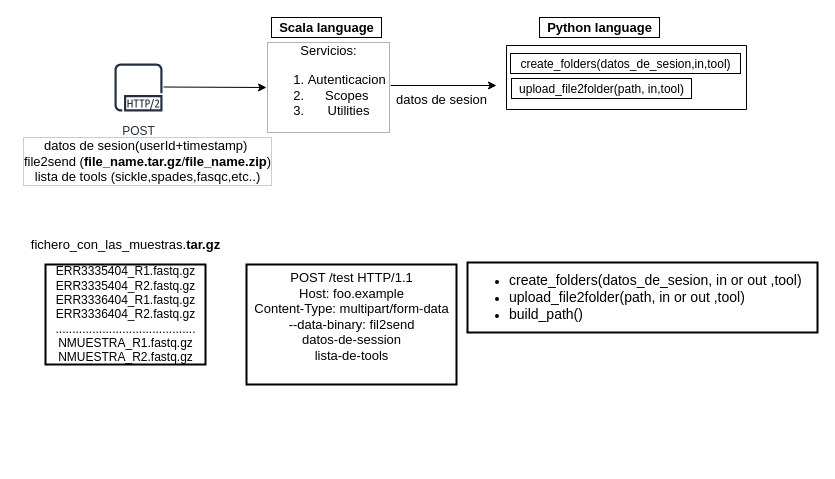
ldipotetjob/genx keeps this draw.io diagram as page "Page-3" (3 of 3) of GenXcloudImpl.drawio. Above is the earlier version. Source tidied: cells renumbered, new cells numbered last; positions are measured from the earlier drawing's top-left corner, leaving out a move shared by most shapes. Both pictures are drawn from the tidied source at 100%, with x=0, y=0 at pixel (17, 17).
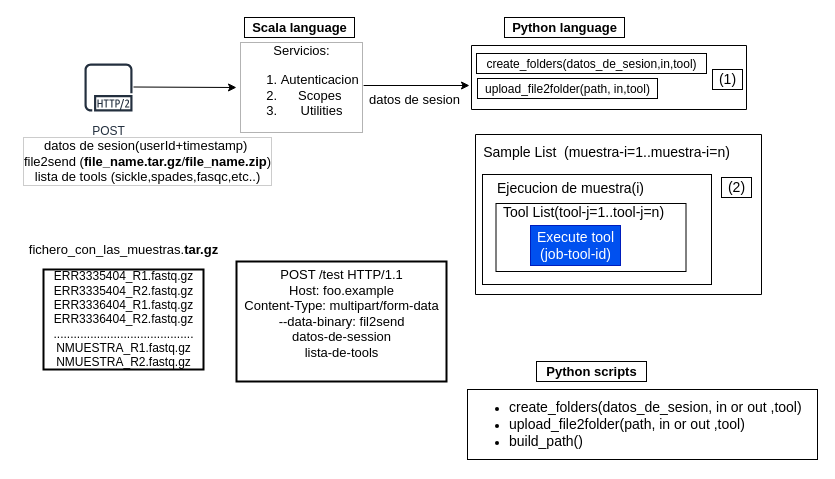
After the change.

Commit message:
updating scripts diagrams

The edit, as a diff of the source:
```diff
@@
+    <mxCell id="17" style="verticalLabelPosition=bottom;verticalAlign=top;html=1;shape=mxgraph.basic.rect;fillColor2=none;strokeWidth=1;size=20;indent=5;fontSize=14;fillColor=none;" parent="1" vertex="1">
+      <mxGeometry x="458" y="117" width="286" height="160" as="geometry" />
+    </mxCell>
+    <mxCell id="18" style="rounded=0;whiteSpace=wrap;html=1;fontSize=14;strokeColor=default;strokeWidth=1;fillColor=none;align=left;" parent="1" vertex="1">
+      <mxGeometry x="465" y="157" width="229" height="110" as="geometry" />
+    </mxCell>
+    <mxCell id="19" value="Ejecucion de muestra(i)" style="text;html=1;align=center;verticalAlign=middle;strokeColor=none;fillColor=none;fontSize=14;" parent="1" vertex="1">
+      <mxGeometry x="473" y="161" width="160" height="20" as="geometry" />
+    </mxCell>
     <mxCell id="2" style="verticalLabelPosition=bottom;verticalAlign=top;html=1;shape=mxgraph.basic.rect;fillColor2=none;strokeWidth=1;size=20;indent=5;fontSize=13;" parent="1" vertex="1">
-      <mxGeometry x="489" y="28" width="240" height="64" as="geometry" />
+      <mxGeometry x="454" y="28" width="275" height="64" as="geometry" />
     </mxCell>
     <mxCell id="3" value="POST" style="fontColor=#232F3E;gradientColor=none;strokeColor=#232F3E;fillColor=#ffffff;dashed=0;verticalLabelPosition=bottom;verticalAlign=top;align=center;html=1;fontSize=12;fontStyle=0;shape=mxgraph.aws4.resourceIcon;resIcon=mxgraph.aws4.http2_protocol;" parent="1" vertex="1">
-      <mxGeometry x="91" y="40" width="60" height="60" as="geometry" />
+      <mxGeometry x="61" y="40" width="60" height="60" as="geometry" />
     </mxCell>
@@
     <mxCell id="5" style="endArrow=classic;html=1;rounded=0;fontSize=13;" parent="1" edge="1">
       <mxGeometry relative="1" as="geometry">
-        <mxPoint x="146" y="69.5" as="sourcePoint" />
-        <mxPoint x="249" y="70" as="targetPoint" />
+        <mxPoint x="116" y="69.5" as="sourcePoint" />
+        <mxPoint x="219" y="70" as="targetPoint" />
       </mxGeometry>
     </mxCell>
     <mxCell id="6" value="Servicios:&lt;br&gt;&lt;ol&gt;&lt;li&gt;Autenticacion&amp;nbsp;&lt;/li&gt;&lt;li&gt;Scopes&amp;nbsp;&lt;/li&gt;&lt;li&gt;Utilities&lt;/li&gt;&lt;/ol&gt;" style="text;html=1;align=center;verticalAlign=middle;strokeColor=none;fillColor=none;fontSize=13;labelBorderColor=#B3B3B3;" parent="1" vertex="1">
-      <mxGeometry x="241" y="20" width="140" height="100" as="geometry" />
+      <mxGeometry x="214" y="20" width="140" height="100" as="geometry" />
     </mxCell>
     <mxCell id="7" style="endArrow=classic;html=1;rounded=0;fontSize=13;exitX=0.979;exitY=0.48;exitDx=0;exitDy=0;exitPerimeter=0;" parent="1" edge="1">
       <mxGeometry relative="1" as="geometry">
-        <mxPoint x="373.1" y="68" as="sourcePoint" />
-        <mxPoint x="479" y="68" as="targetPoint" />
+        <mxPoint x="346.1" y="68" as="sourcePoint" />
+        <mxPoint x="452" y="68" as="targetPoint" />
       </mxGeometry>
     </mxCell>
     <mxCell id="8" value="&lt;div&gt;ERR3335404_R1.fastq.gz&lt;/div&gt;&lt;div&gt;ERR3335404_R2.fastq.gz&lt;/div&gt;&lt;div&gt;&lt;div&gt;ERR3336404_R1.fastq.gz&lt;/div&gt;&lt;div&gt;ERR3336404_R2.fastq.gz&lt;/div&gt;&lt;/div&gt;&lt;div&gt;..........................................&lt;/div&gt;&lt;div&gt;&lt;div&gt;NMUESTRA_R1.fastq.gz&lt;/div&gt;&lt;div&gt;&lt;span&gt;NMUESTRA&lt;/span&gt;_R2.fastq.gz&lt;/div&gt;&lt;/div&gt;" style="text;html=1;align=center;verticalAlign=middle;strokeColor=default;fillColor=none;strokeWidth=2;" parent="1" vertex="1">
-      <mxGeometry x="28" y="247" width="160" height="100" as="geometry" />
+      <mxGeometry x="26" y="252" width="160" height="100" as="geometry" />
     </mxCell>
     <mxCell id="9" value="&lt;font style=&quot;font-size: 13px&quot;&gt;fichero_con_las_muestras.&lt;b&gt;tar.gz&lt;/b&gt;&lt;/font&gt;" style="text;html=1;align=center;verticalAlign=middle;strokeColor=none;fillColor=none;" parent="1" vertex="1">
-      <mxGeometry x="8" y="217" width="200" height="20" as="geometry" />
+      <mxGeometry x="6" y="222" width="200" height="20" as="geometry" />
     </mxCell>
     <mxCell id="10" value="&lt;div&gt;POST /test HTTP/1.1&lt;/div&gt;&lt;div&gt;Host: foo.example&lt;/div&gt;&lt;div&gt;Content-Type: multipart/form-data&lt;/div&gt;&lt;div&gt;--data-binary: fil2send&lt;/div&gt;&lt;div&gt;datos-de-session&lt;/div&gt;&lt;div&gt;lista-de-tools&lt;/div&gt;&lt;div&gt;&lt;br&gt;&lt;/div&gt;" style="text;html=1;align=center;verticalAlign=middle;strokeColor=default;fillColor=none;fontSize=13;strokeWidth=2;" parent="1" vertex="1">
-      <mxGeometry x="229" y="247" width="210" height="120" as="geometry" />
+      <mxGeometry x="219" y="244" width="210" height="120" as="geometry" />
     </mxCell>
     <mxCell id="11" value="&lt;b&gt;Scala language&lt;/b&gt;" style="text;html=1;align=center;verticalAlign=middle;strokeColor=default;fillColor=none;fontSize=13;" parent="1" vertex="1">
-      <mxGeometry x="254" width="110" height="20" as="geometry" />
+      <mxGeometry x="227" width="110" height="20" as="geometry" />
     </mxCell>
     <mxCell id="12" value="&lt;font style=&quot;font-size: 12px&quot;&gt;create_folders(datos_de_sesion,in,tool)&lt;/font&gt;" style="text;html=1;align=center;verticalAlign=middle;strokeColor=default;fillColor=none;fontSize=13;" parent="1" vertex="1">
-      <mxGeometry x="493" y="36" width="230" height="20" as="geometry" />
+      <mxGeometry x="459" y="36" width="230" height="20" as="geometry" />
     </mxCell>
     <mxCell id="13" value="datos de sesion" style="text;html=1;align=center;verticalAlign=middle;strokeColor=none;fillColor=none;fontSize=13;" parent="1" vertex="1">
-      <mxGeometry x="369" y="72" width="110" height="20" as="geometry" />
+      <mxGeometry x="342" y="72" width="110" height="20" as="geometry" />
     </mxCell>
     <mxCell id="14" value="&lt;font style=&quot;font-size: 12px&quot;&gt;upload_file2folder(path, in,tool)&lt;/font&gt;" style="text;html=1;align=center;verticalAlign=middle;strokeColor=default;fillColor=none;fontSize=13;" parent="1" vertex="1">
-      <mxGeometry x="494" y="61" width="180" height="20" as="geometry" />
+      <mxGeometry x="460" y="61" width="180" height="20" as="geometry" />
     </mxCell>
     <mxCell id="15" value="&lt;b&gt;Python language&lt;/b&gt;" style="text;html=1;align=center;verticalAlign=middle;strokeColor=default;fillColor=none;fontSize=13;" parent="1" vertex="1">
-      <mxGeometry x="522" width="120" height="20" as="geometry" />
+      <mxGeometry x="487" width="120" height="20" as="geometry" />
     </mxCell>
-    <mxCell id="16" value="&lt;ul&gt;&lt;li&gt;&lt;font style=&quot;font-size: 14px&quot;&gt;create_folders(datos_de_sesion, in or out ,tool)&lt;/font&gt;&lt;/li&gt;&lt;li&gt;&lt;font style=&quot;font-size: 14px&quot;&gt;upload_file2folder(path, in or out ,tool)&lt;/font&gt;&lt;/li&gt;&lt;li&gt;&lt;font style=&quot;font-size: 14px&quot;&gt;build_path()&lt;/font&gt;&lt;/li&gt;&lt;/ul&gt;" style="text;html=1;align=left;verticalAlign=middle;strokeColor=default;fillColor=none;fontSize=12;strokeWidth=2;" parent="1" vertex="1">
-      <mxGeometry x="450" y="245" width="350" height="70" as="geometry" />
+    <mxCell id="16" value="&lt;ul&gt;&lt;li&gt;&lt;font style=&quot;font-size: 14px&quot;&gt;create_folders(datos_de_sesion, in or out ,tool)&lt;/font&gt;&lt;/li&gt;&lt;li&gt;&lt;font style=&quot;font-size: 14px&quot;&gt;upload_file2folder(path, in or out ,tool)&lt;/font&gt;&lt;/li&gt;&lt;li&gt;&lt;font style=&quot;font-size: 14px&quot;&gt;build_path()&lt;/font&gt;&lt;/li&gt;&lt;/ul&gt;" style="text;html=1;align=left;verticalAlign=middle;strokeColor=default;fillColor=none;fontSize=12;" parent="1" vertex="1">
+      <mxGeometry x="450" y="372" width="350" height="70" as="geometry" />
     </mxCell>
+    <mxCell id="20" value="(1)" style="text;html=1;align=center;verticalAlign=middle;strokeColor=default;fillColor=none;fontSize=14;" parent="1" vertex="1">
+      <mxGeometry x="695" y="52" width="30" height="20" as="geometry" />
+    </mxCell>
+    <mxCell id="21" value="Sample List&amp;nbsp; (muestra-i=1..muestra-i=n)" style="text;html=1;align=center;verticalAlign=middle;strokeColor=none;fillColor=none;fontSize=14;" parent="1" vertex="1">
+      <mxGeometry x="459" y="125" width="260" height="20" as="geometry" />
+    </mxCell>
+    <mxCell id="22" style="rounded=0;whiteSpace=wrap;html=1;fontSize=14;strokeColor=default;strokeWidth=1;fillColor=none;align=left;" parent="1" vertex="1">
+      <mxGeometry x="478.5" y="186" width="190" height="68" as="geometry" />
+    </mxCell>
+    <mxCell id="23" value="Tool List(tool-j=1..tool-j=n)" style="text;html=1;align=center;verticalAlign=middle;strokeColor=none;fillColor=none;fontSize=14;" parent="1" vertex="1">
+      <mxGeometry x="476" y="185" width="180" height="20" as="geometry" />
+    </mxCell>
+    <mxCell id="24" value="Execute tool&lt;br&gt;(job-tool-id)" style="text;html=1;align=center;verticalAlign=middle;strokeColor=#001DBC;fillColor=#0050ef;fontSize=14;fontColor=#ffffff;" parent="1" vertex="1">
+      <mxGeometry x="513" y="208" width="90" height="40" as="geometry" />
+    </mxCell>
+    <mxCell id="25" value="(2)" style="text;html=1;align=center;verticalAlign=middle;strokeColor=default;fillColor=none;fontSize=14;" parent="1" vertex="1">
+      <mxGeometry x="704" y="160" width="30" height="20" as="geometry" />
+    </mxCell>
+    <mxCell id="26" value="&lt;b&gt;Python scripts&lt;/b&gt;" style="text;html=1;align=center;verticalAlign=middle;strokeColor=default;fillColor=none;fontSize=13;" parent="1" vertex="1">
+      <mxGeometry x="519" y="344" width="110" height="20" as="geometry" />
+    </mxCell>
```
